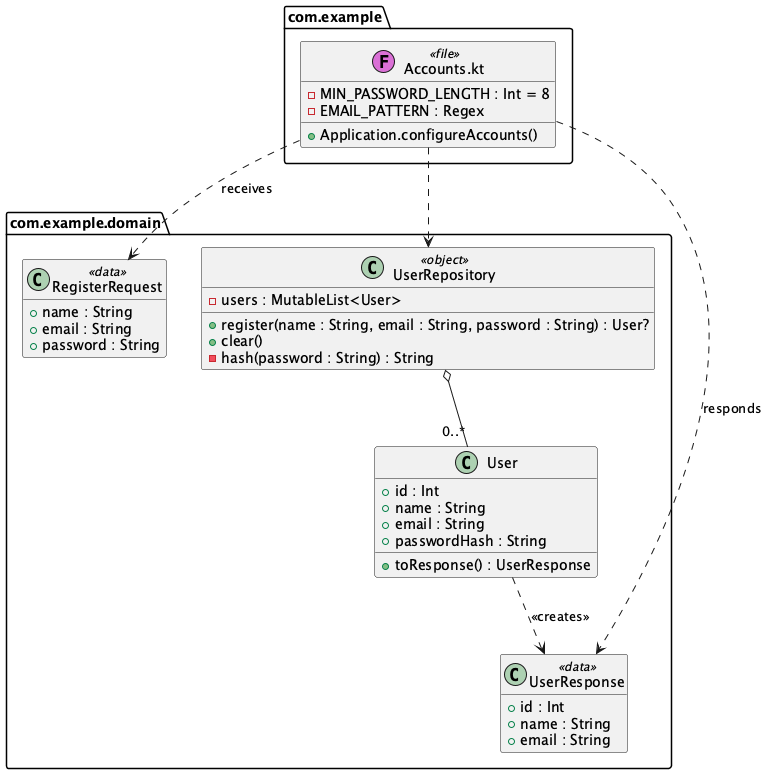
Rent-a-car-38291/rent-a-car keeps this PlantUML diagram as docs/diagrams/class-accounts.png. Above is the earlier version. The source it was exported from:
```plantuml
@startuml
hide empty members
set separator none

package com.example <<Folder>> {
  class "Accounts.kt" as Accounts <<(F,orchid) file>> {
    - MIN_PASSWORD_LENGTH : Int = 8
    - EMAIL_PATTERN : Regex
    + Application.configureAccounts()
  }
}

package com.example.domain <<Folder>> {
  class User {
    + id : Int
    + name : String
    + email : String
    + passwordHash : String
    + toResponse() : UserResponse
  }
  class RegisterRequest <<data>> {
    + name : String
    + email : String
    + password : String
  }
  class UserResponse <<data>> {
    + id : Int
    + name : String
    + email : String
  }
  class UserRepository <<object>> {
    - users : MutableList<User>
    + register(name : String, email : String, password : String) : User?
    + clear()
    - hash(password : String) : String
  }
}

UserRepository o-- "0..*" User
User ..> UserResponse : <<creates>>
Accounts ..> RegisterRequest : receives
Accounts ..> UserResponse : responds
Accounts ..> UserRepository

@enduml
```
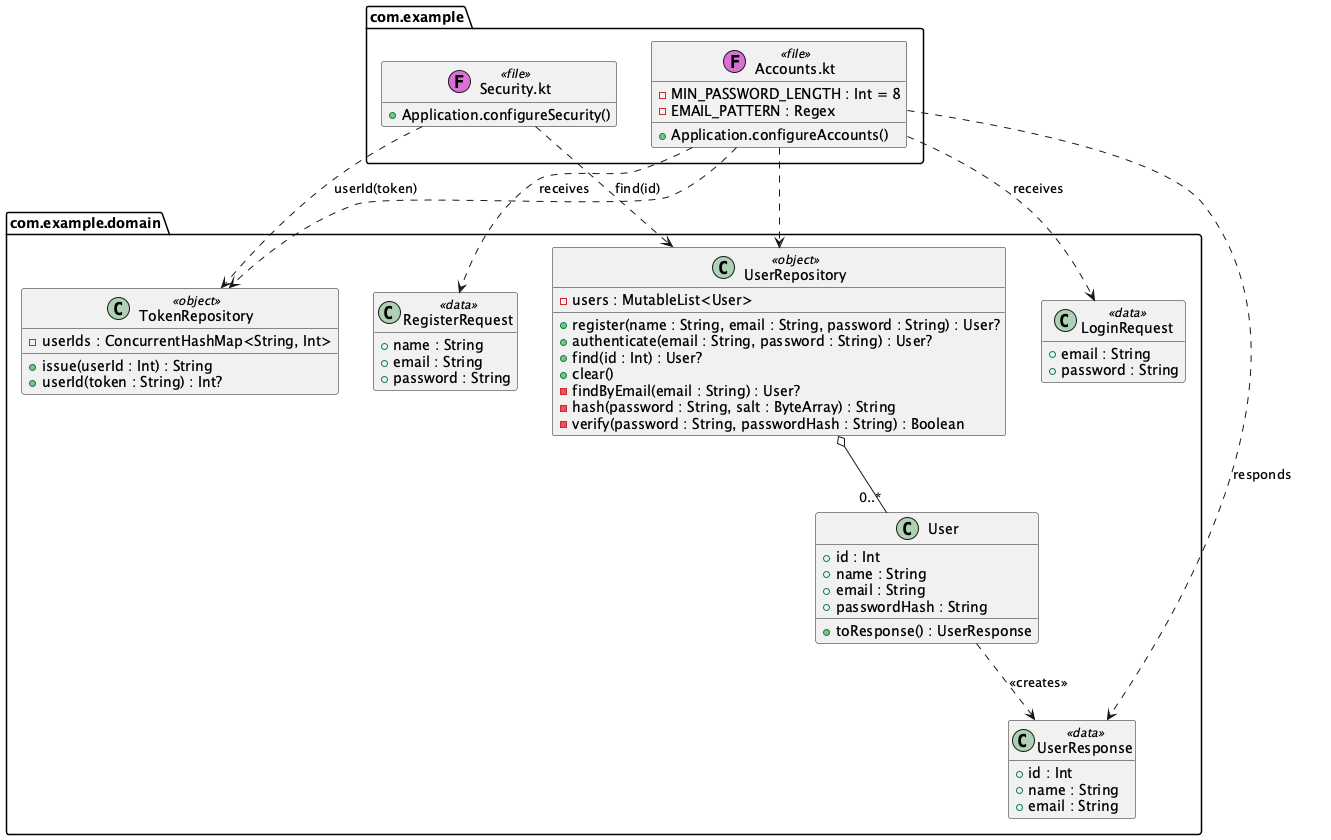
The same file after the commit.

Commit message:
Add a sequence diagram of logging in and the login classes to the class diagram

The edit, as a diff of the source:
```diff
@@ -7,6 +7,9 @@
     - MIN_PASSWORD_LENGTH : Int = 8
     - EMAIL_PATTERN : Regex
     + Application.configureAccounts()
+  }
+  class "Security.kt" as Security <<(F,orchid) file>> {
+    + Application.configureSecurity()
   }
 }
 
@@ -23,6 +26,10 @@
     + email : String
     + password : String
   }
+  class LoginRequest <<data>> {
+    + email : String
+    + password : String
+  }
   class UserResponse <<data>> {
     + id : Int
     + name : String
@@ -31,15 +38,28 @@
   class UserRepository <<object>> {
     - users : MutableList<User>
     + register(name : String, email : String, password : String) : User?
+    + authenticate(email : String, password : String) : User?
+    + find(id : Int) : User?
     + clear()
-    - hash(password : String) : String
+    - findByEmail(email : String) : User?
+    - hash(password : String, salt : ByteArray) : String
+    - verify(password : String, passwordHash : String) : Boolean
+  }
+  class TokenRepository <<object>> {
+    - userIds : ConcurrentHashMap<String, Int>
+    + issue(userId : Int) : String
+    + userId(token : String) : Int?
   }
 }
 
 UserRepository o-- "0..*" User
 User ..> UserResponse : <<creates>>
 Accounts ..> RegisterRequest : receives
+Accounts ..> LoginRequest : receives
 Accounts ..> UserResponse : responds
 Accounts ..> UserRepository
+Accounts ..> TokenRepository
+Security ..> TokenRepository : userId(token)
+Security ..> UserRepository : find(id)
 
 @enduml
```
